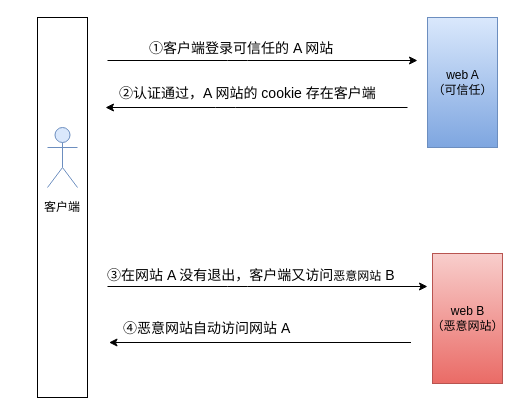
Before: web 安全.drawio in gauseen/images-bed, a draw.io diagram. Source tidied: cells renumbered, new cells numbered last; positions are measured from the earlier drawing's top-left corner, leaving out a move shared by most shapes. Both pictures are drawn from the tidied source at 100%, with x=0, y=0 at pixel (37, 17).
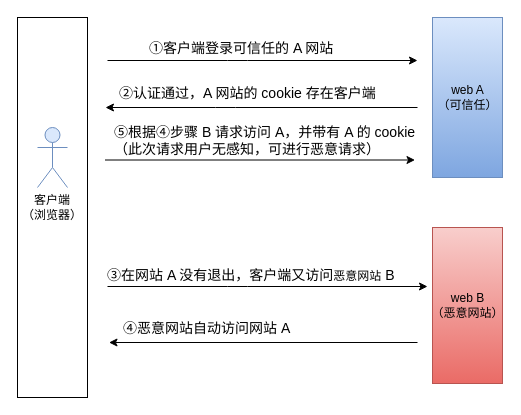
Above is the later version.

Diff of the diagram source:
```diff
@@
-    <mxCell id="2" value="客户端" style="rounded=0;whiteSpace=wrap;html=1;" parent="1" vertex="1">
-      <mxGeometry width="50" height="380" as="geometry" />
+    <mxCell id="2" value="客户端&lt;br&gt;（浏览器）" style="rounded=0;whiteSpace=wrap;html=1;" parent="1" vertex="1">
+      <mxGeometry x="-20" width="70" height="380" as="geometry" />
     </mxCell>
     <mxCell id="3" style="shape=umlActor;verticalLabelPosition=bottom;labelBackgroundColor=#ffffff;verticalAlign=top;html=1;fillColor=#dae8fc;strokeColor=#6c8ebf;" parent="1" vertex="1">
-      <mxGeometry x="10" y="110" width="30" height="60" as="geometry" />
+      <mxGeometry y="110" width="30" height="60" as="geometry" />
     </mxCell>
     <mxCell id="4" value="web A&lt;br&gt;（可信任）" style="html=1;fillColor=#dae8fc;strokeColor=#6c8ebf;gradientColor=#7ea6e0;" parent="1" vertex="1">
-      <mxGeometry x="390" width="70" height="130" as="geometry" />
+      <mxGeometry x="395" width="70" height="160" as="geometry" />
     </mxCell>
@@
     <mxCell id="6" value="web B&lt;br&gt;（恶意网站）" style="html=1;fillColor=#f8cecc;strokeColor=#b85450;gradientColor=#ea6b66;" parent="1" vertex="1">
-      <mxGeometry x="395" y="236" width="70" height="130" as="geometry" />
+      <mxGeometry x="395" y="210" width="70" height="156" as="geometry" />
     </mxCell>
@@
     <mxCell id="11" style="endArrow=classic;html=1;" parent="1" edge="1">
       <mxGeometry relative="1" as="geometry">
-        <mxPoint x="370" y="90" as="sourcePoint" />
+        <mxPoint x="380" y="90" as="sourcePoint" />
         <mxPoint x="68" y="90" as="targetPoint" />
         <Array as="points">
           <mxPoint x="188" y="90" />
         </Array>
       </mxGeometry>
     </mxCell>
@@
     <mxCell id="13" style="endArrow=classic;html=1;" parent="1" edge="1">
       <mxGeometry relative="1" as="geometry">
-        <mxPoint x="373.5" y="325" as="sourcePoint" />
+        <mxPoint x="380" y="325" as="sourcePoint" />
         <mxPoint x="71.5" y="325" as="targetPoint" />
         <Array as="points">
           <mxPoint x="191.5" y="325" />
         </Array>
       </mxGeometry>
     </mxCell>
+    <mxCell id="14" value="&lt;span style=&quot;font-size: 14px&quot;&gt;⑤根据④步骤 B 请求访问 A，并带有 A 的 cookie&lt;br&gt;（此次请求用户无感知，可进行恶意请求）&lt;br&gt;&lt;/span&gt;" style="text;html=1;align=left;verticalAlign=top;spacingTop=-4;" parent="1" vertex="1">
+      <mxGeometry x="75" y="104" width="320" height="30" as="geometry" />
+    </mxCell>
+    <mxCell id="15" style="endArrow=classic;html=1;" parent="1" edge="1">
+      <mxGeometry relative="1" as="geometry">
+        <mxPoint x="67.5" y="142.5" as="sourcePoint" />
+        <mxPoint x="377.5" y="142.5" as="targetPoint" />
+        <Array as="points">
+          <mxPoint x="197.5" y="142.5" />
+        </Array>
+      </mxGeometry>
+    </mxCell>
```
